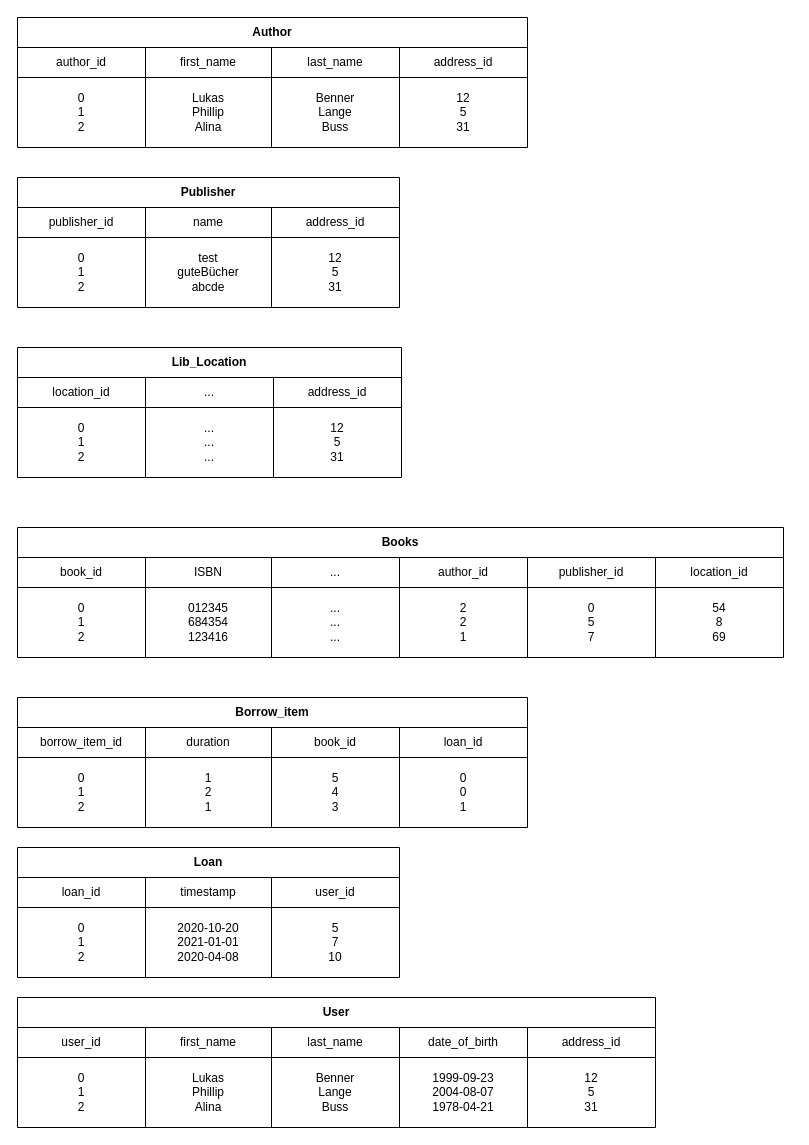
BennerLukas/Biblio keeps this draw.io diagram as page "Relational Model" (2 of 2) of docu/diagrams.drawio. Above is the earlier version. Source tidied: cells renumbered, new cells numbered last; positions are measured from the earlier drawing's top-left corner, leaving out a move shared by most shapes. Both pictures are drawn from the tidied source at 100%, with x=0, y=0 at pixel (17, 17).
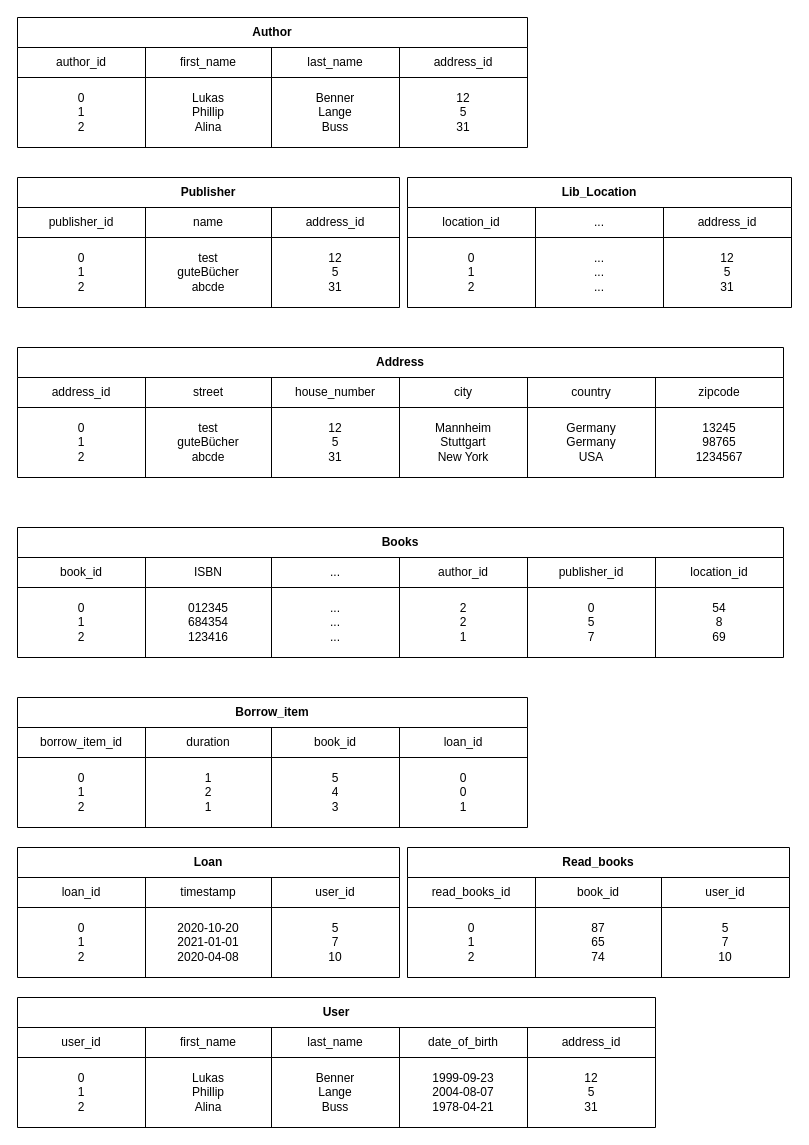
The same page after the edit.

Commit message (it also covers changes not shown here):
add read books

Diff of the diagram source:
```diff
@@
     <mxCell id="37" value="Lib_Location" style="shape=table;html=1;whiteSpace=wrap;startSize=30;childLayout=tableLayout;fontStyle=1;align=center;" parent="1" vertex="1">
-      <mxGeometry y="330" width="384" height="130" as="geometry" />
+      <mxGeometry x="390" y="160" width="384" height="130" as="geometry" />
     </mxCell>
@@
+    <mxCell id="79" value="Address" style="shape=table;html=1;whiteSpace=wrap;startSize=30;childLayout=tableLayout;fontStyle=1;align=center;" parent="1" vertex="1">
+      <mxGeometry y="330" width="766" height="130" as="geometry" />
+    </mxCell>
+    <mxCell id="80" style="shape=partialRectangle;html=1;whiteSpace=wrap;fillColor=none;top=0;left=0;bottom=0;right=0;" parent="79" vertex="1">
+      <mxGeometry y="30" width="766" height="30" as="geometry" />
+    </mxCell>
+    <mxCell id="81" value="address_id" style="shape=partialRectangle;html=1;whiteSpace=wrap;fillColor=none;top=0;left=0;bottom=0;right=0;overflow=hidden;" parent="80" vertex="1">
+      <mxGeometry width="128" height="30" as="geometry" />
+    </mxCell>
+    <mxCell id="82" value="street" style="shape=partialRectangle;html=1;whiteSpace=wrap;fillColor=none;top=0;left=0;bottom=0;right=0;overflow=hidden;" parent="80" vertex="1">
+      <mxGeometry x="128" width="126" height="30" as="geometry" />
+    </mxCell>
+    <mxCell id="83" value="house_number" style="shape=partialRectangle;html=1;whiteSpace=wrap;fillColor=none;top=0;left=0;bottom=0;right=0;overflow=hidden;" parent="80" vertex="1">
+      <mxGeometry x="254" width="128" height="30" as="geometry" />
+    </mxCell>
+    <mxCell id="84" value="city" style="shape=partialRectangle;html=1;whiteSpace=wrap;fillColor=none;top=0;left=0;bottom=0;right=0;overflow=hidden;" parent="80" vertex="1">
+      <mxGeometry x="382" width="128" height="30" as="geometry" />
+    </mxCell>
+    <mxCell id="85" value="country" style="shape=partialRectangle;html=1;whiteSpace=wrap;fillColor=none;top=0;left=0;bottom=0;right=0;overflow=hidden;" parent="80" vertex="1">
+      <mxGeometry x="510" width="128" height="30" as="geometry" />
+    </mxCell>
+    <mxCell id="86" value="zipcode" style="shape=partialRectangle;html=1;whiteSpace=wrap;fillColor=none;top=0;left=0;bottom=0;right=0;overflow=hidden;" parent="80" vertex="1">
+      <mxGeometry x="638" width="128" height="30" as="geometry" />
+    </mxCell>
+    <mxCell id="87" style="shape=partialRectangle;html=1;whiteSpace=wrap;fillColor=none;top=0;left=0;bottom=0;right=0;" parent="79" vertex="1">
+      <mxGeometry y="60" width="766" height="70" as="geometry" />
+    </mxCell>
+    <mxCell id="88" value="0&lt;br&gt;1&lt;br&gt;2" style="shape=partialRectangle;html=1;whiteSpace=wrap;fillColor=none;top=0;left=0;bottom=0;right=0;overflow=hidden;" parent="87" vertex="1">
+      <mxGeometry width="128" height="70" as="geometry" />
+    </mxCell>
+    <mxCell id="89" value="test&lt;br&gt;guteBücher&lt;br&gt;abcde" style="shape=partialRectangle;html=1;whiteSpace=wrap;fillColor=none;top=0;left=0;bottom=0;right=0;overflow=hidden;" parent="87" vertex="1">
+      <mxGeometry x="128" width="126" height="70" as="geometry" />
+    </mxCell>
+    <mxCell id="90" value="12&lt;br&gt;5&lt;br&gt;31" style="shape=partialRectangle;html=1;whiteSpace=wrap;fillColor=none;top=0;left=0;bottom=0;right=0;overflow=hidden;" parent="87" vertex="1">
+      <mxGeometry x="254" width="128" height="70" as="geometry" />
+    </mxCell>
+    <mxCell id="91" value="Mannheim&lt;br&gt;Stuttgart&lt;br&gt;New York" style="shape=partialRectangle;html=1;whiteSpace=wrap;fillColor=none;top=0;left=0;bottom=0;right=0;overflow=hidden;" parent="87" vertex="1">
+      <mxGeometry x="382" width="128" height="70" as="geometry" />
+    </mxCell>
+    <mxCell id="92" value="Germany&lt;br&gt;Germany&lt;br&gt;USA" style="shape=partialRectangle;html=1;whiteSpace=wrap;fillColor=none;top=0;left=0;bottom=0;right=0;overflow=hidden;" parent="87" vertex="1">
+      <mxGeometry x="510" width="128" height="70" as="geometry" />
+    </mxCell>
+    <mxCell id="93" value="13245&lt;br&gt;98765&lt;br&gt;1234567" style="shape=partialRectangle;html=1;whiteSpace=wrap;fillColor=none;top=0;left=0;bottom=0;right=0;overflow=hidden;" parent="87" vertex="1">
+      <mxGeometry x="638" width="128" height="70" as="geometry" />
+    </mxCell>
+    <mxCell id="94" value="Read_books" style="shape=table;html=1;whiteSpace=wrap;startSize=30;childLayout=tableLayout;fontStyle=1;align=center;" parent="1" vertex="1">
+      <mxGeometry x="390" y="830" width="382" height="130" as="geometry" />
+    </mxCell>
+    <mxCell id="95" style="shape=partialRectangle;html=1;whiteSpace=wrap;fillColor=none;top=0;left=0;bottom=0;right=0;" parent="94" vertex="1">
+      <mxGeometry y="30" width="382" height="30" as="geometry" />
+    </mxCell>
+    <mxCell id="96" value="read_books_id" style="shape=partialRectangle;html=1;whiteSpace=wrap;fillColor=none;top=0;left=0;bottom=0;right=0;overflow=hidden;" parent="95" vertex="1">
+      <mxGeometry width="128" height="30" as="geometry" />
+    </mxCell>
+    <mxCell id="97" value="book_id" style="shape=partialRectangle;html=1;whiteSpace=wrap;fillColor=none;top=0;left=0;bottom=0;right=0;overflow=hidden;" parent="95" vertex="1">
+      <mxGeometry x="128" width="126" height="30" as="geometry" />
+    </mxCell>
+    <mxCell id="98" value="user_id" style="shape=partialRectangle;html=1;whiteSpace=wrap;fillColor=none;top=0;left=0;bottom=0;right=0;overflow=hidden;" parent="95" vertex="1">
+      <mxGeometry x="254" width="128" height="30" as="geometry" />
+    </mxCell>
+    <mxCell id="99" style="shape=partialRectangle;html=1;whiteSpace=wrap;fillColor=none;top=0;left=0;bottom=0;right=0;" parent="94" vertex="1">
+      <mxGeometry y="60" width="382" height="70" as="geometry" />
+    </mxCell>
+    <mxCell id="100" value="0&lt;br&gt;1&lt;br&gt;2" style="shape=partialRectangle;html=1;whiteSpace=wrap;fillColor=none;top=0;left=0;bottom=0;right=0;overflow=hidden;" parent="99" vertex="1">
+      <mxGeometry width="128" height="70" as="geometry" />
+    </mxCell>
+    <mxCell id="101" value="87&lt;br&gt;65&lt;br&gt;74" style="shape=partialRectangle;html=1;whiteSpace=wrap;fillColor=none;top=0;left=0;bottom=0;right=0;overflow=hidden;" parent="99" vertex="1">
+      <mxGeometry x="128" width="126" height="70" as="geometry" />
+    </mxCell>
+    <mxCell id="102" value="5&lt;br&gt;7&lt;br&gt;10" style="shape=partialRectangle;html=1;whiteSpace=wrap;fillColor=none;top=0;left=0;bottom=0;right=0;overflow=hidden;" parent="99" vertex="1">
+      <mxGeometry x="254" width="128" height="70" as="geometry" />
+    </mxCell>
```
